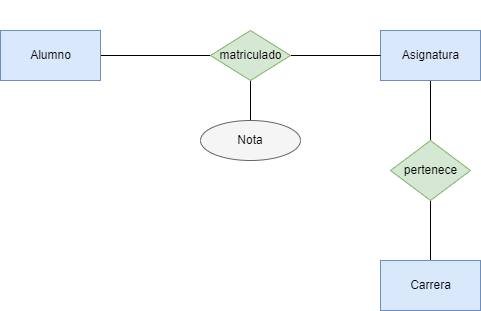
This is tareas/tarea-1/images/ejercicio9.drawio.png from aguemarrero/base-datos, a draw.io export, as it was before one commit. Source tidied: cells renumbered, new cells last; positions are measured from the earlier drawing's top-left corner, leaving out a move shared by most shapes.
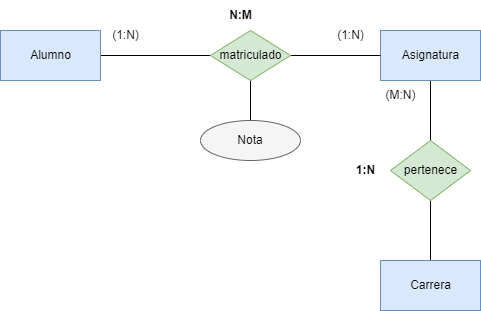
After the commit.

Diff of the diagram source:
```diff
@@ -32,22 +32,22 @@
     <mxCell id="11" value="&lt;font color=&quot;#000000&quot;&gt;Carrera&lt;/font&gt;" style="html=1;dashed=0;whitespace=wrap;fillColor=#dae8fc;strokeColor=#6c8ebf;" parent="1" vertex="1">
       <mxGeometry x="380" y="260" width="100" height="50" as="geometry" />
     </mxCell>
-    <mxCell id="12" value="&lt;font color=&quot;#ffffff&quot;&gt;(1:N)&lt;/font&gt;" style="text;html=1;align=center;verticalAlign=middle;strokeColor=none;fillColor=none;fontColor=#000000;" parent="1" vertex="1">
+    <mxCell id="12" value="(1:N)" style="text;html=1;align=center;verticalAlign=middle;strokeColor=none;fillColor=none;fontColor=#000000;" parent="1" vertex="1">
       <mxGeometry x="325" y="20" width="50" height="30" as="geometry" />
     </mxCell>
-    <mxCell id="13" value="&lt;font color=&quot;#ffffff&quot;&gt;(1:N)&lt;/font&gt;" style="text;html=1;align=center;verticalAlign=middle;strokeColor=none;fillColor=none;fontColor=#000000;" parent="1" vertex="1">
+    <mxCell id="13" value="(1:N)" style="text;html=1;align=center;verticalAlign=middle;strokeColor=none;fillColor=none;fontColor=#000000;" parent="1" vertex="1">
       <mxGeometry x="100" y="20" width="50" height="30" as="geometry" />
     </mxCell>
-    <mxCell id="14" value="&lt;font color=&quot;#ffffff&quot;&gt;N:M&lt;/font&gt;" style="text;html=1;align=center;verticalAlign=middle;strokeColor=none;fillColor=none;fontColor=#000000;fontStyle=1;" parent="1" vertex="1">
+    <mxCell id="14" value="N:M" style="text;html=1;align=center;verticalAlign=middle;strokeColor=none;fillColor=none;fontColor=#000000;fontStyle=1;" parent="1" vertex="1">
       <mxGeometry x="215" width="50" height="30" as="geometry" />
     </mxCell>
     <mxCell id="15" value="&lt;font color=&quot;#ffffff&quot;&gt;(1:1)&lt;/font&gt;" style="text;html=1;align=center;verticalAlign=middle;strokeColor=none;fillColor=none;fontColor=#000000;" parent="1" vertex="1">
       <mxGeometry x="375" y="220" width="50" height="30" as="geometry" />
     </mxCell>
-    <mxCell id="16" value="&lt;font color=&quot;#ffffff&quot;&gt;(M:N)&lt;/font&gt;" style="text;html=1;align=center;verticalAlign=middle;strokeColor=none;fillColor=none;fontColor=#000000;" parent="1" vertex="1">
+    <mxCell id="16" value="(M:N)" style="text;html=1;align=center;verticalAlign=middle;strokeColor=none;fillColor=none;fontColor=#000000;" parent="1" vertex="1">
       <mxGeometry x="375" y="80" width="50" height="30" as="geometry" />
     </mxCell>
-    <mxCell id="17" value="&lt;font color=&quot;#ffffff&quot;&gt;1:N&lt;/font&gt;" style="text;html=1;align=center;verticalAlign=middle;strokeColor=none;fillColor=none;fontColor=#000000;fontStyle=1;" parent="1" vertex="1">
+    <mxCell id="17" value="1:N" style="text;html=1;align=center;verticalAlign=middle;strokeColor=none;fillColor=none;fontColor=#000000;fontStyle=1;" parent="1" vertex="1">
       <mxGeometry x="345" y="155" width="40" height="30" as="geometry" />
     </mxCell>
     <mxCell id="18" value="&lt;font color=&quot;#000000&quot;&gt;Nota&lt;/font&gt;" style="ellipse;whiteSpace=wrap;html=1;align=center;fillColor=#f5f5f5;strokeColor=#666666;fontColor=#333333;" parent="1" vertex="1">
```
